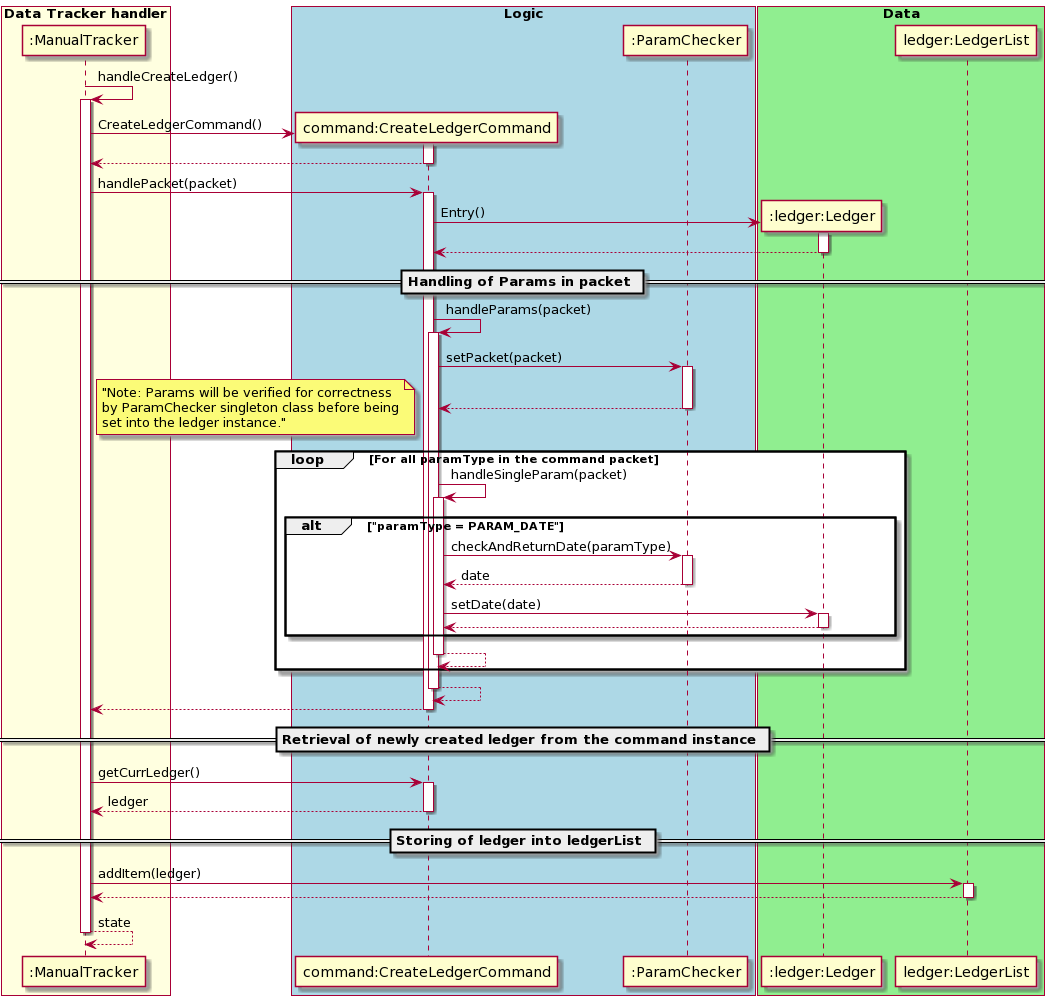
This is docs/uml_images/manualTracker/images/manualTrackerCreateLedgerSeqDiagram.png from nus-cs2113-AY2021S1/tp, a PlantUML export, as it was before one commit.
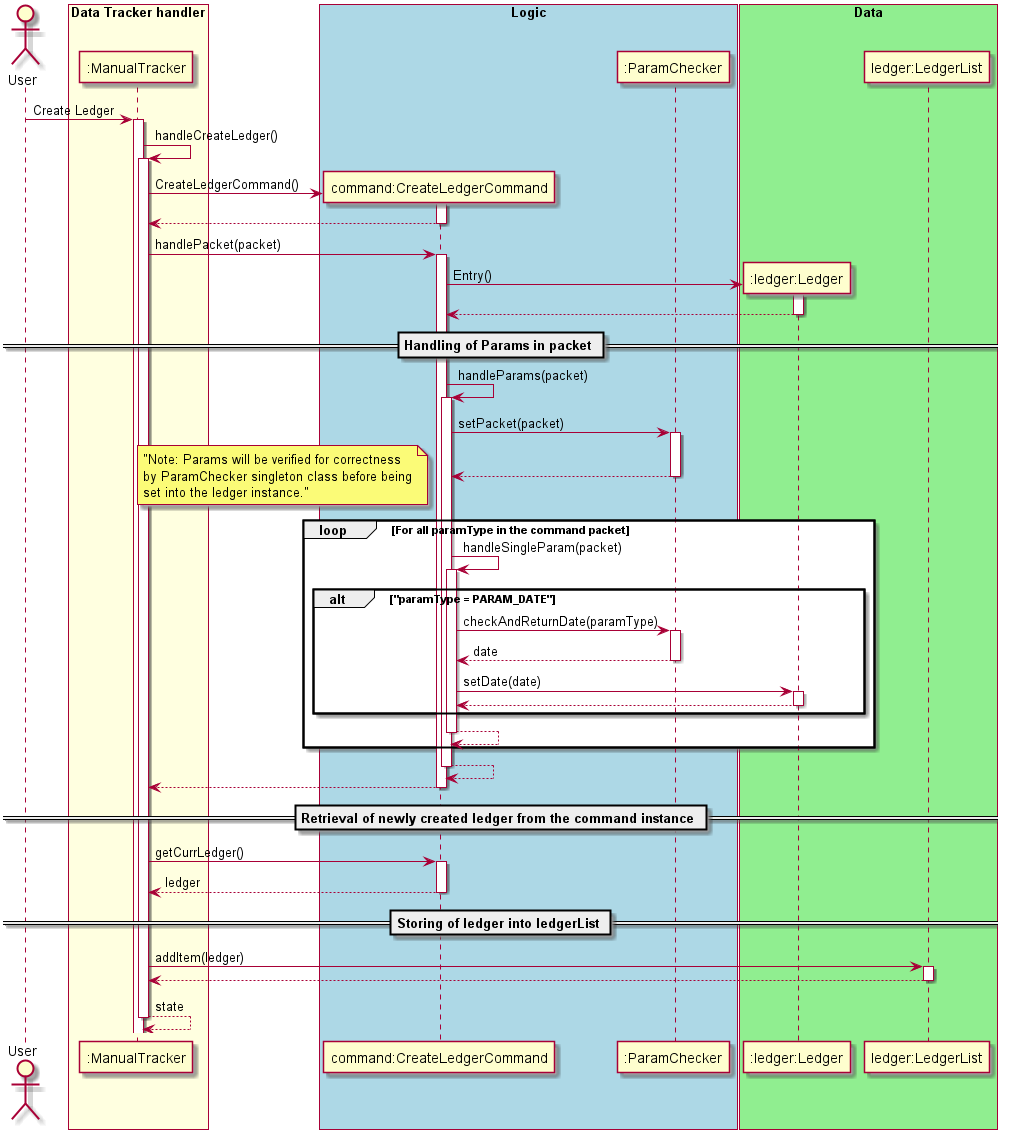
Above is the later version.

What changed in the source:
```diff
@@ -1,5 +1,8 @@
 @startuml
 autoactivate on
+actor User
+
+User-> ":ManualTracker": Create Ledger
 
 ":ManualTracker" ->":ManualTracker": handleCreateLedger()
     create "command:CreateLedgerCommand"
```
